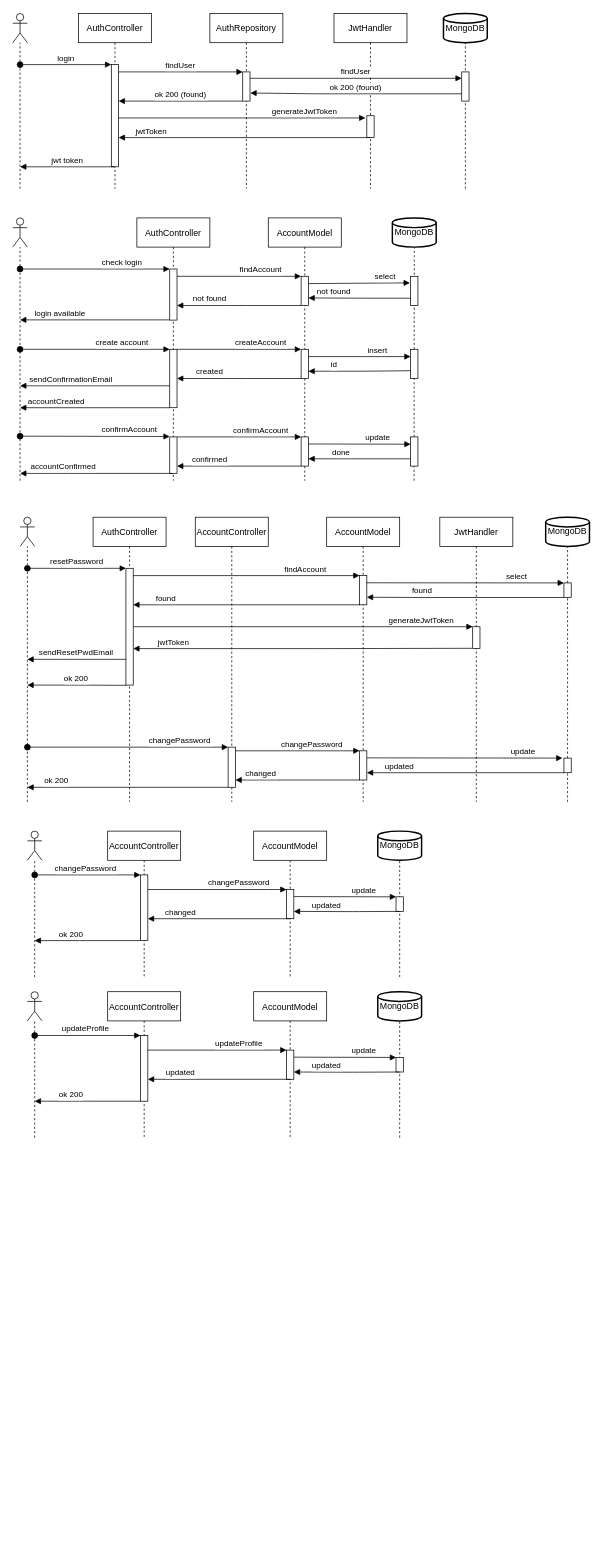
Before: diagrams/auth.drawio in shardoc/shardoc.github.io, a draw.io diagram. Source tidied: cells renumbered, new cells numbered last; positions are measured from the earlier drawing's top-left corner, leaving out a move shared by most shapes. Both pictures are drawn from the tidied source at 73%, with x=0, y=0 at pixel (12, 13).
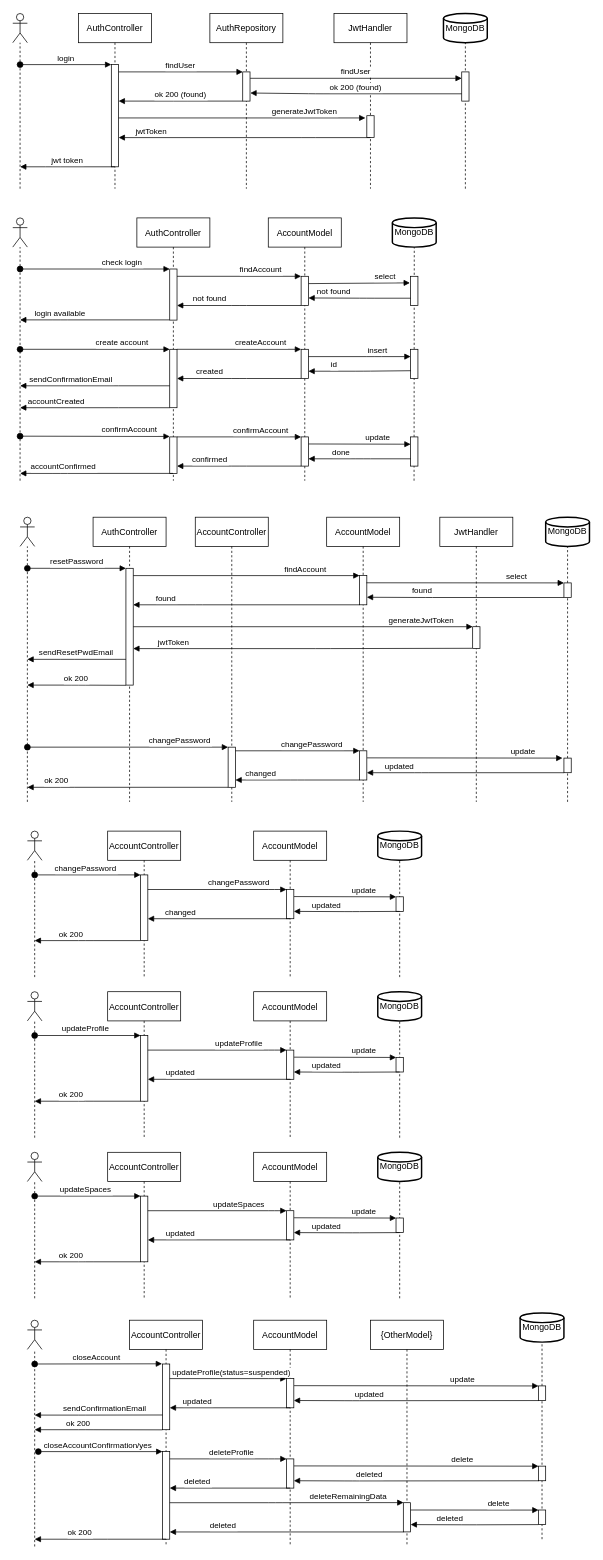
The same page after the edit.

Diff of the diagram source:
```diff
@@
+    <mxCell id="115" value="AccountModel" style="shape=umlLifeline;perimeter=lifelinePerimeter;rounded=0;shadow=0;strokeWidth=1;" parent="1" vertex="1">
+      <mxGeometry x="330" y="1560" width="100" height="200" as="geometry" />
+    </mxCell>
+    <mxCell id="116" style="points=[];perimeter=orthogonalPerimeter;rounded=0;shadow=0;strokeWidth=1;" parent="115" vertex="1">
+      <mxGeometry x="45" y="80" width="10" height="40" as="geometry" />
+    </mxCell>
+    <mxCell id="117" style="shape=umlActor;verticalLabelPosition=bottom;verticalAlign=top;html=1;outlineConnect=0;" parent="1" vertex="1">
+      <mxGeometry x="20" y="1560" width="20" height="40" as="geometry" />
+    </mxCell>
+    <mxCell id="118" style="endArrow=none;dashed=1;html=1;" parent="1" edge="1" target="117">
+      <mxGeometry relative="1" as="geometry">
+        <mxPoint x="30" y="1760" as="sourcePoint" />
+      </mxGeometry>
+    </mxCell>
+    <mxCell id="119" value="updateSpaces" style="verticalAlign=bottom;startArrow=oval;endArrow=block;startSize=8;shadow=0;strokeWidth=1;" parent="1" edge="1">
+      <mxGeometry x="-0.03" relative="1" as="geometry">
+        <mxPoint x="30" y="1620" as="sourcePoint" />
+        <mxPoint x="175" y="1620" as="targetPoint" />
+      </mxGeometry>
+    </mxCell>
+    <mxCell id="120" value="ok 200" style="verticalAlign=bottom;endArrow=block;shadow=0;strokeWidth=1;" parent="1" edge="1">
+      <mxGeometry x="0.31" relative="1" as="geometry">
+        <mxPoint x="175" y="1710" as="sourcePoint" />
+        <mxPoint x="30" y="1710" as="targetPoint" />
+        <Array as="points">
+          <mxPoint x="100" y="1710" />
+        </Array>
+      </mxGeometry>
+    </mxCell>
+    <mxCell id="121" value="MongoDB" style="strokeWidth=2;html=1;shape=mxgraph.flowchart.database;whiteSpace=wrap;" parent="1" vertex="1">
+      <mxGeometry x="500" y="1560" width="60" height="40" as="geometry" />
+    </mxCell>
+    <mxCell id="122" style="endArrow=none;dashed=1;html=1;entryX=0.5;entryY=1;entryDx=0;entryDy=0;entryPerimeter=0;" parent="1" edge="1" target="121">
+      <mxGeometry relative="1" as="geometry">
+        <mxPoint x="530" y="1760" as="sourcePoint" />
+      </mxGeometry>
+    </mxCell>
+    <mxCell id="123" style="points=[];perimeter=orthogonalPerimeter;rounded=0;shadow=0;strokeWidth=1;" parent="1" vertex="1">
+      <mxGeometry x="525" y="1650" width="10" height="20" as="geometry" />
+    </mxCell>
+    <mxCell id="124" value="update" style="verticalAlign=bottom;endArrow=block;shadow=0;strokeWidth=1;exitX=1.033;exitY=0.242;exitDx=0;exitDy=0;exitPerimeter=0;entryX=0.017;entryY=0.003;entryDx=0;entryDy=0;entryPerimeter=0;" parent="1" edge="1" source="116" target="123">
+      <mxGeometry x="0.38" relative="1" as="geometry" />
+    </mxCell>
+    <mxCell id="125" value="AccountController" style="shape=umlLifeline;perimeter=lifelinePerimeter;rounded=0;shadow=0;strokeWidth=1;" parent="1" vertex="1">
+      <mxGeometry x="130" y="1560" width="100" height="200" as="geometry" />
+    </mxCell>
+    <mxCell id="126" style="points=[];perimeter=orthogonalPerimeter;rounded=0;shadow=0;strokeWidth=1;" parent="1" vertex="1">
+      <mxGeometry x="175" y="1620" width="10" height="90" as="geometry" />
+    </mxCell>
+    <mxCell id="127" value="updateSpaces" style="verticalAlign=bottom;endArrow=block;shadow=0;strokeWidth=1;" parent="1" edge="1" source="126" target="116">
+      <mxGeometry x="0.32" relative="1" as="geometry">
+        <Array as="points">
+          <mxPoint x="360" y="1640" />
+        </Array>
+      </mxGeometry>
+    </mxCell>
+    <mxCell id="128" value="updated" style="verticalAlign=bottom;endArrow=block;shadow=0;strokeWidth=1;" parent="1" edge="1" target="126">
+      <mxGeometry x="0.54" relative="1" as="geometry">
+        <mxPoint x="380" y="1680" as="sourcePoint" />
+      </mxGeometry>
+    </mxCell>
+    <mxCell id="129" value="updated" style="verticalAlign=bottom;endArrow=block;shadow=0;strokeWidth=1;entryX=1;entryY=0.742;entryDx=0;entryDy=0;entryPerimeter=0;" parent="1" edge="1">
+      <mxGeometry x="0.38" relative="1" as="geometry">
+        <mxPoint x="530" y="1670" as="sourcePoint" />
+        <mxPoint x="385" y="1670" as="targetPoint" />
+        <Array as="points">
+          <mxPoint x="465" y="1670.3" />
+        </Array>
+      </mxGeometry>
+    </mxCell>
+    <mxCell id="130" value="AccountModel" style="shape=umlLifeline;perimeter=lifelinePerimeter;rounded=0;shadow=0;strokeWidth=1;" parent="1" vertex="1">
+      <mxGeometry x="330" y="1790" width="100" height="310" as="geometry" />
+    </mxCell>
+    <mxCell id="131" style="points=[];perimeter=orthogonalPerimeter;rounded=0;shadow=0;strokeWidth=1;" parent="130" vertex="1">
+      <mxGeometry x="45" y="80" width="10" height="40" as="geometry" />
+    </mxCell>
+    <mxCell id="132" style="shape=umlActor;verticalLabelPosition=bottom;verticalAlign=top;html=1;outlineConnect=0;" parent="1" vertex="1">
+      <mxGeometry x="20" y="1790" width="20" height="40" as="geometry" />
+    </mxCell>
+    <mxCell id="133" style="endArrow=none;dashed=1;html=1;" parent="1" edge="1" target="132">
+      <mxGeometry relative="1" as="geometry">
+        <mxPoint x="30" y="2100" as="sourcePoint" />
+      </mxGeometry>
+    </mxCell>
+    <mxCell id="134" value="closeAccount" style="verticalAlign=bottom;startArrow=oval;endArrow=block;startSize=8;shadow=0;strokeWidth=1;entryX=-0.05;entryY=-0.003;entryDx=0;entryDy=0;entryPerimeter=0;" parent="1" edge="1" target="142">
+      <mxGeometry x="-0.03" relative="1" as="geometry">
+        <mxPoint x="30" y="1850" as="sourcePoint" />
+      </mxGeometry>
+    </mxCell>
+    <mxCell id="135" value="ok 200" style="verticalAlign=bottom;endArrow=block;shadow=0;strokeWidth=1;exitX=-0.013;exitY=1.002;exitDx=0;exitDy=0;exitPerimeter=0;" parent="1" edge="1" source="142">
+      <mxGeometry x="0.31" relative="1" as="geometry">
+        <mxPoint x="30" y="1940" as="targetPoint" />
+        <Array as="points">
+          <mxPoint x="100" y="1940" />
+        </Array>
+      </mxGeometry>
+    </mxCell>
+    <mxCell id="136" value="MongoDB" style="strokeWidth=2;html=1;shape=mxgraph.flowchart.database;whiteSpace=wrap;" parent="1" vertex="1">
+      <mxGeometry x="695" y="1780" width="60" height="40" as="geometry" />
+    </mxCell>
+    <mxCell id="137" style="endArrow=none;dashed=1;html=1;entryX=0.5;entryY=1;entryDx=0;entryDy=0;entryPerimeter=0;" parent="1" edge="1" target="136">
+      <mxGeometry relative="1" as="geometry">
+        <mxPoint x="725" y="2090" as="sourcePoint" />
+      </mxGeometry>
+    </mxCell>
+    <mxCell id="138" style="points=[];perimeter=orthogonalPerimeter;rounded=0;shadow=0;strokeWidth=1;" parent="1" vertex="1">
+      <mxGeometry x="720" y="1880" width="10" height="20" as="geometry" />
+    </mxCell>
+    <mxCell id="139" value="update" style="verticalAlign=bottom;endArrow=block;shadow=0;strokeWidth=1;exitX=1.033;exitY=0.242;exitDx=0;exitDy=0;exitPerimeter=0;entryX=0.017;entryY=0.003;entryDx=0;entryDy=0;entryPerimeter=0;" parent="1" edge="1" source="131" target="138">
+      <mxGeometry x="0.38" relative="1" as="geometry" />
+    </mxCell>
+    <mxCell id="140" value="AccountController" style="shape=umlLifeline;perimeter=lifelinePerimeter;rounded=0;shadow=0;strokeWidth=1;" parent="1" vertex="1">
+      <mxGeometry x="160" y="1790" width="100" height="310" as="geometry" />
+    </mxCell>
+    <mxCell id="141" style="points=[];perimeter=orthogonalPerimeter;rounded=0;shadow=0;strokeWidth=1;" parent="140" vertex="1">
+      <mxGeometry x="45" y="180" width="10" height="120" as="geometry" />
+    </mxCell>
+    <mxCell id="142" style="points=[];perimeter=orthogonalPerimeter;rounded=0;shadow=0;strokeWidth=1;" parent="140" vertex="1">
+      <mxGeometry x="45" y="60" width="10" height="90" as="geometry" />
+    </mxCell>
+    <mxCell id="143" value="updateProfile(status=suspended)" style="verticalAlign=bottom;endArrow=block;shadow=0;strokeWidth=1;" parent="1" edge="1" source="142" target="131">
+      <mxGeometry x="0.06" relative="1" as="geometry">
+        <Array as="points">
+          <mxPoint x="360" y="1870" />
+        </Array>
+      </mxGeometry>
+    </mxCell>
+    <mxCell id="144" value="updated" style="verticalAlign=bottom;endArrow=block;shadow=0;strokeWidth=1;" parent="1" edge="1" target="142">
+      <mxGeometry x="0.54" relative="1" as="geometry">
+        <mxPoint x="380" y="1910" as="sourcePoint" />
+      </mxGeometry>
+    </mxCell>
+    <mxCell id="145" value="updated" style="verticalAlign=bottom;endArrow=block;shadow=0;strokeWidth=1;entryX=1;entryY=0.742;entryDx=0;entryDy=0;entryPerimeter=0;exitX=0.083;exitY=1.003;exitDx=0;exitDy=0;exitPerimeter=0;" parent="1" edge="1" source="138">
+      <mxGeometry x="0.38" relative="1" as="geometry">
+        <mxPoint x="385" y="1900" as="targetPoint" />
+        <Array as="points">
+          <mxPoint x="465" y="1900.3" />
+        </Array>
+      </mxGeometry>
+    </mxCell>
+    <mxCell id="146" value="sendConfirmationEmail" style="verticalAlign=bottom;endArrow=block;shadow=0;strokeWidth=1;exitX=0.026;exitY=0.776;exitDx=0;exitDy=0;exitPerimeter=0;" parent="1" edge="1" source="142">
+      <mxGeometry x="-0.1" relative="1" as="geometry">
+        <mxPoint x="30" y="1920" as="targetPoint" />
+        <Array as="points">
+          <mxPoint x="100" y="1920" />
+        </Array>
+      </mxGeometry>
+    </mxCell>
+    <mxCell id="147" value="closeAccountConfirmation/yes" style="verticalAlign=bottom;startArrow=oval;endArrow=block;startSize=8;shadow=0;strokeWidth=1;" parent="1" edge="1">
+      <mxGeometry x="-0.03" relative="1" as="geometry">
+        <mxPoint x="35" y="1970" as="sourcePoint" />
+        <mxPoint x="205" y="1970" as="targetPoint" />
+      </mxGeometry>
+    </mxCell>
+    <mxCell id="148" value="deleteProfile" style="verticalAlign=bottom;endArrow=block;shadow=0;strokeWidth=1;" parent="1" edge="1">
+      <mxGeometry x="0.06" relative="1" as="geometry">
+        <mxPoint x="215" y="1980" as="sourcePoint" />
+        <mxPoint x="375" y="1980" as="targetPoint" />
+        <Array as="points">
+          <mxPoint x="360" y="1980" />
+        </Array>
+      </mxGeometry>
+    </mxCell>
+    <mxCell id="149" style="perimeter=orthogonalPerimeter;rounded=0;shadow=0;strokeWidth=1;" parent="1" vertex="1">
+      <mxGeometry x="375" y="1980" width="10" height="40" as="geometry" />
+    </mxCell>
+    <mxCell id="150" value="deleted" style="verticalAlign=bottom;endArrow=block;shadow=0;strokeWidth=1;" parent="1" edge="1">
+      <mxGeometry x="0.54" relative="1" as="geometry">
+        <mxPoint x="380" y="2020" as="sourcePoint" />
+        <mxPoint x="215" y="2020" as="targetPoint" />
+      </mxGeometry>
+    </mxCell>
+    <mxCell id="151" style="points=[];perimeter=orthogonalPerimeter;rounded=0;shadow=0;strokeWidth=1;" parent="1" vertex="1">
+      <mxGeometry x="720" y="1989.9" width="10" height="20" as="geometry" />
+    </mxCell>
+    <mxCell id="152" value="delete" style="verticalAlign=bottom;endArrow=block;shadow=0;strokeWidth=1;exitX=1.033;exitY=0.242;exitDx=0;exitDy=0;exitPerimeter=0;entryX=0.017;entryY=0.003;entryDx=0;entryDy=0;entryPerimeter=0;" parent="1" edge="1" target="151">
+      <mxGeometry x="0.38" relative="1" as="geometry">
+        <mxPoint x="385.3" y="1989.6" as="sourcePoint" />
+      </mxGeometry>
+    </mxCell>
+    <mxCell id="153" value="deleted" style="verticalAlign=bottom;endArrow=block;shadow=0;strokeWidth=1;entryX=1;entryY=0.742;entryDx=0;entryDy=0;entryPerimeter=0;exitX=0.083;exitY=1.003;exitDx=0;exitDy=0;exitPerimeter=0;" parent="1" edge="1" source="151">
+      <mxGeometry x="0.38" relative="1" as="geometry">
+        <mxPoint x="385" y="2009.9" as="targetPoint" />
+        <Array as="points">
+          <mxPoint x="465" y="2010.2" />
+        </Array>
+      </mxGeometry>
+    </mxCell>
+    <mxCell id="154" value="{OtherModel}" style="shape=umlLifeline;perimeter=lifelinePerimeter;rounded=0;shadow=0;strokeWidth=1;" parent="1" vertex="1">
+      <mxGeometry x="490" y="1790" width="100" height="310" as="geometry" />
+    </mxCell>
+    <mxCell id="155" style="points=[];perimeter=orthogonalPerimeter;rounded=0;shadow=0;strokeWidth=1;" parent="154" vertex="1">
+      <mxGeometry x="45" y="250" width="10" height="40" as="geometry" />
+    </mxCell>
+    <mxCell id="156" value="deleteRemainingData" style="verticalAlign=bottom;endArrow=block;shadow=0;strokeWidth=1;entryX=0.021;entryY=-0.003;entryDx=0;entryDy=0;entryPerimeter=0;" parent="1" edge="1" target="155">
+      <mxGeometry x="0.53" relative="1" as="geometry">
+        <mxPoint x="215" y="2040" as="sourcePoint" />
+        <Array as="points">
+          <mxPoint x="360" y="2040" />
+        </Array>
+      </mxGeometry>
+    </mxCell>
+    <mxCell id="157" value="deleted" style="verticalAlign=bottom;endArrow=block;shadow=0;strokeWidth=1;exitX=0.028;exitY=1.002;exitDx=0;exitDy=0;exitPerimeter=0;" parent="1" edge="1" source="155" target="141">
+      <mxGeometry x="0.54" relative="1" as="geometry" />
+    </mxCell>
+    <mxCell id="158" value="ok 200" style="verticalAlign=bottom;endArrow=block;shadow=0;strokeWidth=1;" parent="1" edge="1">
+      <mxGeometry x="0.31" relative="1" as="geometry">
+        <mxPoint x="210" y="2090" as="sourcePoint" />
+        <mxPoint x="30" y="2090" as="targetPoint" />
+        <Array as="points">
+          <mxPoint x="120" y="2090" />
+        </Array>
+      </mxGeometry>
+    </mxCell>
+    <mxCell id="159" value="delete" style="verticalAlign=bottom;endArrow=block;shadow=0;strokeWidth=1;exitX=1.033;exitY=0.242;exitDx=0;exitDy=0;exitPerimeter=0;entryX=0.021;entryY=0.005;entryDx=0;entryDy=0;entryPerimeter=0;" parent="1" edge="1" target="160">
+      <mxGeometry x="0.38" relative="1" as="geometry">
+        <mxPoint x="545" y="2050" as="sourcePoint" />
+      </mxGeometry>
+    </mxCell>
+    <mxCell id="160" style="points=[];perimeter=orthogonalPerimeter;rounded=0;shadow=0;strokeWidth=1;" parent="1" vertex="1">
+      <mxGeometry x="720" y="2050" width="10" height="20" as="geometry" />
+    </mxCell>
+    <mxCell id="161" value="deleted" style="verticalAlign=bottom;endArrow=block;shadow=0;strokeWidth=1;entryX=1;entryY=0.742;entryDx=0;entryDy=0;entryPerimeter=0;" parent="1" edge="1">
+      <mxGeometry x="0.38" relative="1" as="geometry">
+        <mxPoint x="720" y="2070" as="sourcePoint" />
+        <mxPoint x="545" y="2070" as="targetPoint" />
+        <Array as="points">
+          <mxPoint x="625" y="2070.3" />
+        </Array>
+      </mxGeometry>
+    </mxCell>
```
